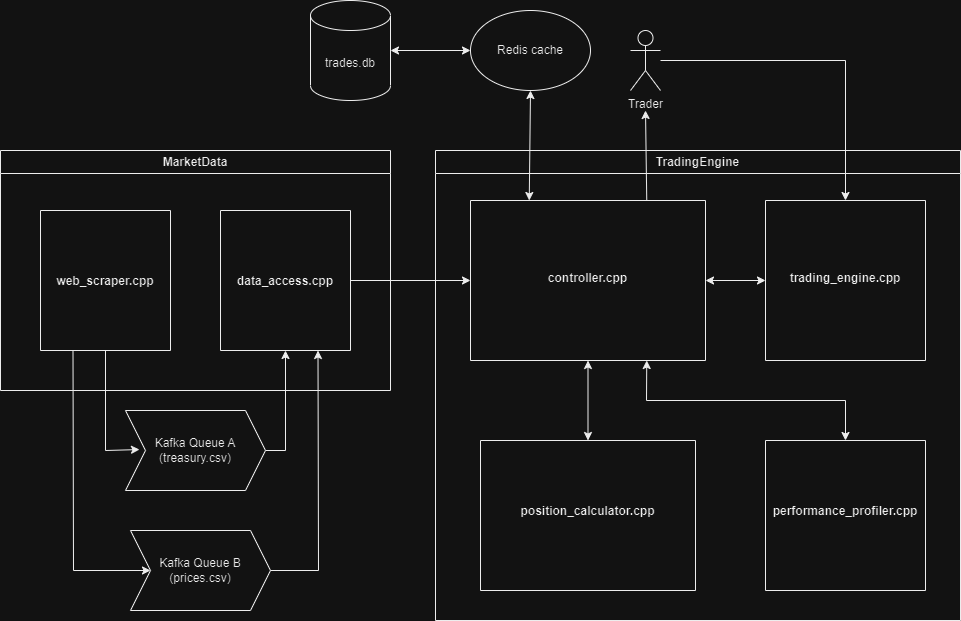
This is imgs/LLFT-Architecture.png from Erik-Kelemen/Low-Latency-Trading-Framework, a draw.io export, as it was before one commit. Source tidied: cells renumbered, new cells last; positions are measured from the earlier drawing's top-left corner, leaving out a move shared by most shapes.
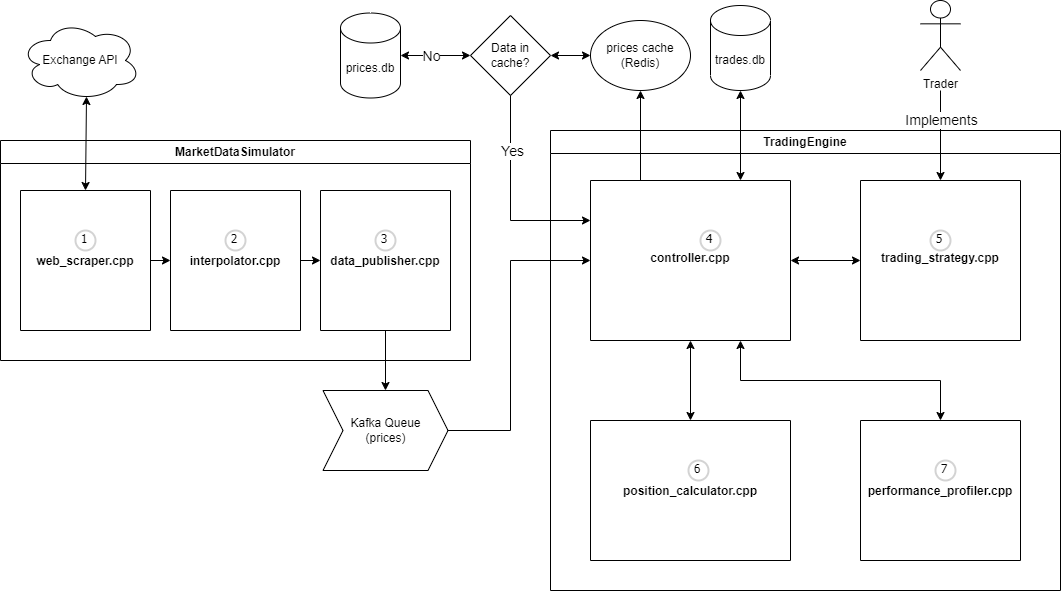
Above is the later version.

Diff of the diagram source:
```diff
@@ -3,106 +3,144 @@
     <mxCell id="0" />
     <mxCell id="1" parent="0" />
     <mxCell id="2" value="TradingEngine" style="swimlane;whiteSpace=wrap;html=1;" parent="1" vertex="1">
-      <mxGeometry x="435" y="150" width="525" height="470" as="geometry" />
+      <mxGeometry x="420" y="150" width="510" height="460" as="geometry" />
     </mxCell>
-    <mxCell id="3" value="&#10;&#10;&#10;&#10;&#10;&#10;&#10;&#10;&#10;&#10;&#10;trading_engine.cpp" style="swimlane;startSize=0;" parent="2" vertex="1">
-      <mxGeometry x="330" y="50" width="160" height="160" as="geometry" />
+    <mxCell id="3" value="&#10;&#10;&#10;&#10;&#10;&#10;&#10;&#10;&#10;&#10;&#10;trading_strategy.cpp" style="swimlane;startSize=0;" parent="2" vertex="1">
+      <mxGeometry x="310" y="50" width="160" height="160" as="geometry" />
     </mxCell>
+    <mxCell id="27" value="5" style="ellipse;whiteSpace=wrap;html=1;strokeWidth=2;fontFamily=Tahoma;spacingBottom=4;spacingRight=2;strokeColor=#d3d3d3;" parent="3" vertex="1">
+      <mxGeometry x="70" y="50" width="20" height="20" as="geometry" />
+    </mxCell>
     <mxCell id="4" style="endArrow=classic;startArrow=classic;html=1;rounded=0;exitX=1;exitY=0.5;exitDx=0;exitDy=0;entryX=0;entryY=0.5;entryDx=0;entryDy=0;" parent="2" edge="1" source="5" target="3">
       <mxGeometry relative="1" as="geometry" />
     </mxCell>
     <mxCell id="5" value="&#10;&#10;&#10;&#10;&#10;&#10;&#10;&#10;&#10;&#10;&#10;controller.cpp" style="swimlane;startSize=0;" parent="2" vertex="1">
-      <mxGeometry x="35" y="50" width="235" height="160" as="geometry" />
+      <mxGeometry x="40" y="50" width="200" height="160" as="geometry" />
     </mxCell>
+    <mxCell id="28" value="4" style="ellipse;whiteSpace=wrap;html=1;strokeWidth=2;fontFamily=Tahoma;spacingBottom=4;spacingRight=2;strokeColor=#d3d3d3;" parent="5" vertex="1">
+      <mxGeometry x="110" y="50" width="20" height="20" as="geometry" />
+    </mxCell>
     <mxCell id="6" value="&#10;&#10;&#10;&#10;&#10;&#10;&#10;&#10;&#10;&#10;performance_profiler.cpp" style="swimlane;startSize=0;" parent="2" vertex="1">
-      <mxGeometry x="330" y="290" width="160" height="150" as="geometry" />
+      <mxGeometry x="310" y="290" width="160" height="140" as="geometry" />
     </mxCell>
+    <mxCell id="29" value="7" style="ellipse;whiteSpace=wrap;html=1;strokeWidth=2;fontFamily=Tahoma;spacingBottom=4;spacingRight=2;strokeColor=#d3d3d3;" parent="6" vertex="1">
+      <mxGeometry x="75" y="40" width="20" height="20" as="geometry" />
+    </mxCell>
     <mxCell id="7" style="endArrow=classic;startArrow=classic;html=1;rounded=0;entryX=0.5;entryY=0;entryDx=0;entryDy=0;exitX=0.75;exitY=1;exitDx=0;exitDy=0;" parent="2" edge="1" source="5" target="6">
       <mxGeometry relative="1" as="geometry">
         <Array as="points">
-          <mxPoint x="211" y="250" />
-          <mxPoint x="410" y="250" />
+          <mxPoint x="190" y="250" />
+          <mxPoint x="390" y="250" />
         </Array>
       </mxGeometry>
     </mxCell>
     <mxCell id="8" value="&#10;&#10;&#10;&#10;&#10;&#10;&#10;&#10;&#10;&#10;position_calculator.cpp" style="swimlane;startSize=0;" parent="2" vertex="1">
-      <mxGeometry x="45" y="290" width="215" height="150" as="geometry" />
+      <mxGeometry x="40" y="290" width="200" height="140" as="geometry" />
     </mxCell>
+    <mxCell id="30" value="6" style="ellipse;whiteSpace=wrap;html=1;strokeWidth=2;fontFamily=Tahoma;spacingBottom=4;spacingRight=2;strokeColor=#d3d3d3;" parent="8" vertex="1">
+      <mxGeometry x="98" y="40" width="20" height="20" as="geometry" />
+    </mxCell>
     <mxCell id="9" style="endArrow=classic;startArrow=classic;html=1;rounded=0;entryX=0.5;entryY=1;entryDx=0;entryDy=0;exitX=0.5;exitY=0;exitDx=0;exitDy=0;" parent="2" edge="1" source="8" target="5">
       <mxGeometry relative="1" as="geometry" />
     </mxCell>
-    <mxCell id="10" value="MarketData" style="swimlane;whiteSpace=wrap;html=1;" parent="1" vertex="1">
-      <mxGeometry y="150" width="390" height="240" as="geometry" />
+    <mxCell id="10" value="MarketDataSimulator" style="swimlane;whiteSpace=wrap;html=1;" parent="1" vertex="1">
+      <mxGeometry x="-130" y="160" width="470" height="220" as="geometry" />
     </mxCell>
-    <mxCell id="11" value="&#10;&#10;&#10;&#10;&#10;&#10;&#10;&#10;&#10;&#10;web_scraper.cpp" style="swimlane;startSize=0;" parent="10" vertex="1">
-      <mxGeometry x="40" y="60" width="130" height="140" as="geometry" />
+    <mxCell id="11" value="&#10;&#10;&#10;&#10;&#10;&#10;&#10;&#10;&#10;&#10;interpolator.cpp" style="swimlane;startSize=0;" parent="10" vertex="1">
+      <mxGeometry x="170" y="50" width="130" height="140" as="geometry" />
     </mxCell>
+    <mxCell id="31" value="2" style="ellipse;whiteSpace=wrap;html=1;strokeWidth=2;fontFamily=Tahoma;spacingBottom=4;spacingRight=2;strokeColor=#d3d3d3;" parent="11" vertex="1">
+      <mxGeometry x="55" y="40" width="20" height="20" as="geometry" />
+    </mxCell>
-    <mxCell id="12" value="&#10;&#10;&#10;&#10;&#10;&#10;&#10;&#10;&#10;&#10;data_access.cpp" style="swimlane;startSize=0;" parent="10" vertex="1">
-      <mxGeometry x="220" y="60" width="130" height="140" as="geometry" />
+    <mxCell id="12" value="&#10;&#10;&#10;&#10;&#10;&#10;&#10;&#10;&#10;&#10;data_publisher.cpp" style="swimlane;startSize=0;" parent="10" vertex="1">
+      <mxGeometry x="320" y="50" width="130" height="140" as="geometry" />
     </mxCell>
-    <mxCell id="13" style="endArrow=classic;html=1;rounded=0;exitX=0.25;exitY=1;exitDx=0;exitDy=0;entryX=0;entryY=0.5;entryDx=0;entryDy=0;" parent="1" edge="1" source="11" target="21">
-      <mxGeometry relative="1" as="geometry">
-        <Array as="points">
-          <mxPoint x="73" y="570" />
-        </Array>
-      </mxGeometry>
-    </mxCell>
-    <mxCell id="14" style="endArrow=classic;startArrow=classic;html=1;rounded=0;exitX=0.25;exitY=0;exitDx=0;exitDy=0;entryX=0.5;entryY=1;entryDx=0;entryDy=0;entryPerimeter=0;" parent="1" edge="1" source="5" target="23">
-      <mxGeometry relative="1" as="geometry" />
-    </mxCell>
-    <mxCell id="15" style="endArrow=classic;html=1;rounded=0;entryX=0.5;entryY=1;entryDx=0;entryDy=0;exitX=0.75;exitY=0;exitDx=0;exitDy=0;" parent="1" edge="1" source="5">
-      <mxGeometry relative="1" as="geometry">
-        <mxPoint x="645" y="110" as="targetPoint" />
-      </mxGeometry>
-    </mxCell>
+    <mxCell id="32" value="3" style="ellipse;whiteSpace=wrap;html=1;strokeWidth=2;fontFamily=Tahoma;spacingBottom=4;spacingRight=2;strokeColor=#d3d3d3;" parent="12" vertex="1">
+      <mxGeometry x="55" y="40" width="20" height="20" as="geometry" />
+    </mxCell>
+    <mxCell id="33" value="&#10;&#10;&#10;&#10;&#10;&#10;&#10;&#10;&#10;&#10;web_scraper.cpp" style="swimlane;startSize=0;" parent="10" vertex="1">
+      <mxGeometry x="20" y="50" width="130" height="140" as="geometry" />
+    </mxCell>
+    <mxCell id="34" value="1" style="ellipse;whiteSpace=wrap;html=1;strokeWidth=2;fontFamily=Tahoma;spacingBottom=4;spacingRight=2;strokeColor=#d3d3d3;" parent="33" vertex="1">
+      <mxGeometry x="55" y="40" width="20" height="20" as="geometry" />
+    </mxCell>
+    <mxCell id="35" style="endArrow=classic;html=1;rounded=0;exitX=1;exitY=0.5;exitDx=0;exitDy=0;entryX=0;entryY=0.5;entryDx=0;entryDy=0;" parent="10" edge="1" source="33" target="11">
+      <mxGeometry relative="1" as="geometry" />
+    </mxCell>
+    <mxCell id="36" style="endArrow=classic;html=1;rounded=0;exitX=1;exitY=0.5;exitDx=0;exitDy=0;entryX=0;entryY=0.5;entryDx=0;entryDy=0;" parent="10" edge="1" source="11" target="12">
+      <mxGeometry relative="1" as="geometry" />
+    </mxCell>
-    <mxCell id="16" style="endArrow=classic;html=1;rounded=0;entryX=0.5;entryY=0;entryDx=0;entryDy=0;" parent="1" edge="1" source="24" target="3">
+    <mxCell id="16" style="endArrow=classic;html=1;rounded=0;entryX=0.5;entryY=0;entryDx=0;entryDy=0;" parent="1" edge="1" target="3">
       <mxGeometry relative="1" as="geometry">
-        <Array as="points">
-          <mxPoint x="845" y="60" />
-        </Array>
+        <mxPoint x="810" y="110" as="sourcePoint" />
       </mxGeometry>
     </mxCell>
-    <mxCell id="17" style="endArrow=classic;html=1;rounded=0;exitX=0.5;exitY=1;exitDx=0;exitDy=0;entryX=0.1;entryY=0.488;entryDx=0;entryDy=0;entryPerimeter=0;" parent="1" edge="1" source="11" target="22">
-      <mxGeometry relative="1" as="geometry">
-        <Array as="points">
-          <mxPoint x="105" y="450" />
-        </Array>
-      </mxGeometry>
-    </mxCell>
-    <mxCell id="18" style="endArrow=classic;html=1;rounded=0;entryX=0.5;entryY=1;entryDx=0;entryDy=0;exitX=1;exitY=0.5;exitDx=0;exitDy=0;" parent="1" edge="1" source="22" target="12">
-      <mxGeometry relative="1" as="geometry">
-        <Array as="points">
-          <mxPoint x="285" y="450" />
-        </Array>
-      </mxGeometry>
-    </mxCell>
-    <mxCell id="19" style="endArrow=classic;html=1;rounded=0;exitX=1;exitY=0.5;exitDx=0;exitDy=0;entryX=0.75;entryY=1;entryDx=0;entryDy=0;" parent="1" edge="1" source="21" target="12">
-      <mxGeometry relative="1" as="geometry">
-        <Array as="points">
-          <mxPoint x="318" y="570" />
-        </Array>
-      </mxGeometry>
-    </mxCell>
-    <mxCell id="20" style="endArrow=classic;html=1;rounded=0;exitX=1;exitY=0.5;exitDx=0;exitDy=0;entryX=0;entryY=0.5;entryDx=0;entryDy=0;" parent="1" edge="1" source="12" target="5">
-      <mxGeometry relative="1" as="geometry" />
-    </mxCell>
-    <mxCell id="21" value="Kafka Queue B&lt;br&gt;(prices.csv)" style="shape=step;perimeter=stepPerimeter;whiteSpace=wrap;html=1;fixedSize=1;" parent="1" vertex="1">
-      <mxGeometry x="130" y="530" width="140" height="80" as="geometry" />
-    </mxCell>
-    <mxCell id="22" value="Kafka Queue A&lt;br&gt;(treasury.csv)" style="shape=step;perimeter=stepPerimeter;whiteSpace=wrap;html=1;fixedSize=1;" parent="1" vertex="1">
-      <mxGeometry x="125" y="410" width="140" height="80" as="geometry" />
-    </mxCell>
-    <mxCell id="23" value="Redis cache" style="ellipse;whiteSpace=wrap;html=1;" parent="1" vertex="1">
-      <mxGeometry x="470" y="10" width="120" height="80" as="geometry" />
-    </mxCell>
+    <mxCell id="37" value="&lt;font style=&quot;font-size: 14px;&quot;&gt;Implements&lt;/font&gt;" style="edgeLabel;html=1;align=center;verticalAlign=middle;" parent="16" vertex="1">
+      <mxGeometry x="0.01" relative="1" as="geometry">
+        <mxPoint y="-16" as="offset" />
+      </mxGeometry>
+    </mxCell>
     <mxCell id="24" value="Trader" style="shape=umlActor;verticalLabelPosition=bottom;verticalAlign=top;html=1;outlineConnect=0;" parent="1" vertex="1">
-      <mxGeometry x="630" y="30" width="30" height="60" as="geometry" />
+      <mxGeometry x="790" y="20" width="40" height="70" as="geometry" />
     </mxCell>
+    <mxCell id="38" value="Exchange API" style="ellipse;shape=cloud;whiteSpace=wrap;html=1;" parent="1" vertex="1">
+      <mxGeometry x="-110" y="40" width="120" height="80" as="geometry" />
+    </mxCell>
+    <mxCell id="39" style="endArrow=classic;startArrow=classic;html=1;rounded=0;exitX=0.5;exitY=0;exitDx=0;exitDy=0;entryX=0.55;entryY=0.95;entryDx=0;entryDy=0;entryPerimeter=0;" parent="1" edge="1" source="33" target="38">
+      <mxGeometry relative="1" as="geometry" />
+    </mxCell>
+    <mxCell id="40" value="Kafka Queue&lt;br&gt;(prices)" style="shape=step;perimeter=stepPerimeter;whiteSpace=wrap;html=1;fixedSize=1;" parent="1" vertex="1">
+      <mxGeometry x="192.5" y="410" width="125" height="80" as="geometry" />
+    </mxCell>
+    <mxCell id="41" style="endArrow=classic;html=1;rounded=0;exitX=0.5;exitY=1;exitDx=0;exitDy=0;entryX=0.5;entryY=0;entryDx=0;entryDy=0;" parent="1" edge="1" source="12" target="40">
+      <mxGeometry relative="1" as="geometry" />
+    </mxCell>
+    <mxCell id="42" style="endArrow=classic;html=1;rounded=0;exitX=1;exitY=0.5;exitDx=0;exitDy=0;entryX=0;entryY=0.5;entryDx=0;entryDy=0;" parent="1" edge="1" source="40" target="5">
+      <mxGeometry relative="1" as="geometry">
+        <Array as="points">
+          <mxPoint x="380" y="450" />
+          <mxPoint x="380" y="280" />
+        </Array>
+      </mxGeometry>
+    </mxCell>
     <mxCell id="25" value="trades.db" style="shape=cylinder3;whiteSpace=wrap;html=1;boundedLbl=1;backgroundOutline=1;size=15;" parent="1" vertex="1">
-      <mxGeometry x="310" width="80" height="100" as="geometry" />
+      <mxGeometry x="580" y="25" width="60" height="85" as="geometry" />
     </mxCell>
-    <mxCell id="26" style="endArrow=classic;startArrow=classic;html=1;rounded=0;entryX=0;entryY=0.5;entryDx=0;entryDy=0;exitX=1;exitY=0.5;exitDx=0;exitDy=0;exitPerimeter=0;" parent="1" edge="1" source="25" target="23">
-      <mxGeometry relative="1" as="geometry" />
-    </mxCell>
+    <mxCell id="43" style="endArrow=classic;startArrow=classic;html=1;rounded=0;entryX=0.5;entryY=1;entryDx=0;entryDy=0;entryPerimeter=0;exitX=0.75;exitY=0;exitDx=0;exitDy=0;" parent="1" edge="1" source="5" target="25">
+      <mxGeometry relative="1" as="geometry" />
+    </mxCell>
+    <mxCell id="44" value="prices.db" style="shape=cylinder3;whiteSpace=wrap;html=1;boundedLbl=1;backgroundOutline=1;size=15;" parent="1" vertex="1">
+      <mxGeometry x="210" y="32.5" width="60" height="85" as="geometry" />
+    </mxCell>
+    <mxCell id="45" style="endArrow=classic;html=1;rounded=0;exitX=0.25;exitY=0;exitDx=0;exitDy=0;entryX=0.5;entryY=1;entryDx=0;entryDy=0;" parent="1" edge="1" source="5" target="46">
+      <mxGeometry relative="1" as="geometry" />
+    </mxCell>
+    <mxCell id="46" value="prices cache&lt;br&gt;(Redis)" style="ellipse;whiteSpace=wrap;html=1;" parent="1" vertex="1">
+      <mxGeometry x="460" y="40" width="100" height="70" as="geometry" />
+    </mxCell>
+    <mxCell id="47" value="Data in cache?" style="rhombus;whiteSpace=wrap;html=1;" parent="1" vertex="1">
+      <mxGeometry x="340" y="35" width="80" height="80" as="geometry" />
+    </mxCell>
+    <mxCell id="48" style="endArrow=classic;html=1;rounded=0;entryX=0;entryY=0.25;entryDx=0;entryDy=0;exitX=0.5;exitY=1;exitDx=0;exitDy=0;" parent="1" edge="1" source="47" target="5">
+      <mxGeometry relative="1" as="geometry">
+        <Array as="points">
+          <mxPoint x="380" y="240" />
+        </Array>
+      </mxGeometry>
+    </mxCell>
+    <mxCell id="49" value="&lt;font style=&quot;font-size: 14px;&quot;&gt;Yes&lt;/font&gt;" style="edgeLabel;html=1;align=center;verticalAlign=middle;" parent="48" vertex="1">
+      <mxGeometry x="-0.47" y="1" relative="1" as="geometry" />
+    </mxCell>
+    <mxCell id="50" style="endArrow=classic;startArrow=classic;html=1;rounded=0;exitX=1;exitY=0.5;exitDx=0;exitDy=0;exitPerimeter=0;entryX=0;entryY=0.5;entryDx=0;entryDy=0;" parent="1" edge="1" source="44" target="47">
+      <mxGeometry relative="1" as="geometry" />
+    </mxCell>
+    <mxCell id="51" value="&lt;font style=&quot;font-size: 14px;&quot;&gt;No&lt;/font&gt;" style="edgeLabel;html=1;align=center;verticalAlign=middle;" parent="50" vertex="1">
+      <mxGeometry x="-0.31" relative="1" as="geometry">
+        <mxPoint x="6" as="offset" />
+      </mxGeometry>
+    </mxCell>
+    <mxCell id="52" style="endArrow=classic;startArrow=classic;html=1;rounded=0;exitX=1;exitY=0.5;exitDx=0;exitDy=0;entryX=0;entryY=0.5;entryDx=0;entryDy=0;" parent="1" edge="1" source="47" target="46">
+      <mxGeometry relative="1" as="geometry" />
+    </mxCell>
   </root>
 </mxGraphModel>
```
